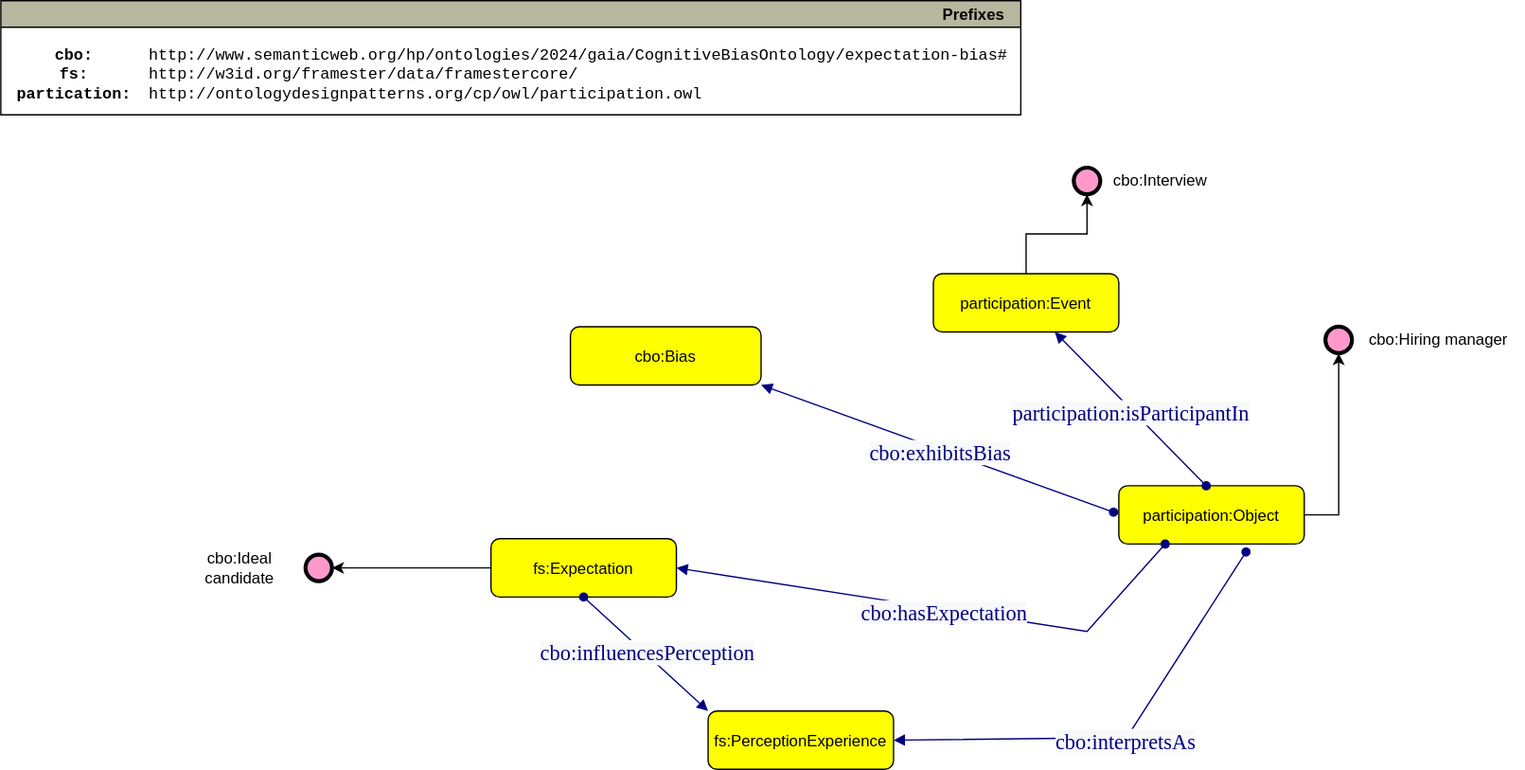
SleepingSteven/CognitiveBiasesOntology keeps this draw.io diagram as uml ontologies/uml expectation bias.svg. Above is the earlier version. Source tidied: cells renumbered, new cells last; positions are measured from the earlier drawing's top-left corner, leaving out a move shared by most shapes.
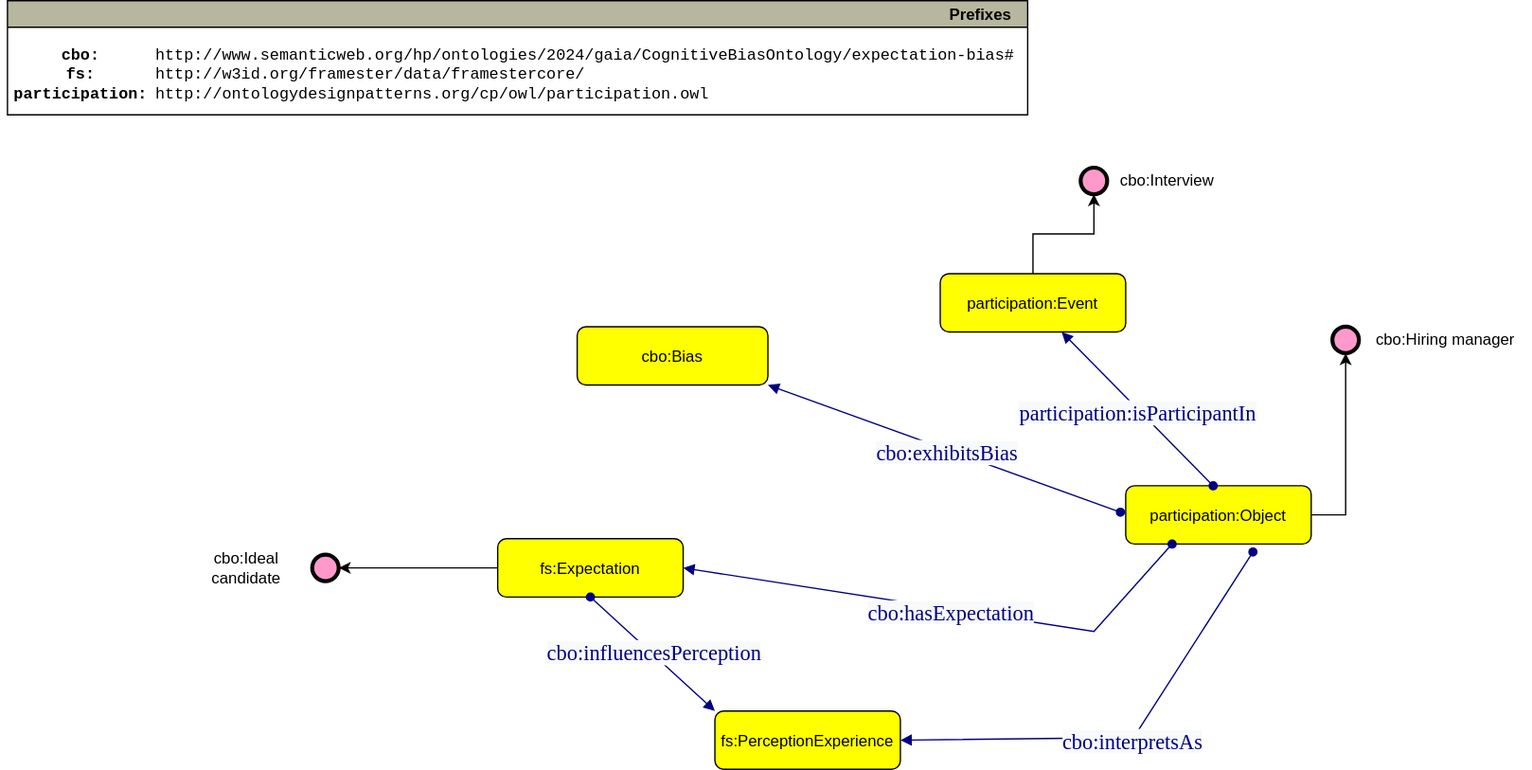
Above is the later version.

Commit message:
modifica uml expectation bias

Change to the diagram source:
```diff
@@ -74,8 +74,8 @@
     <mxCell id="20" value="Prefixes" style="graphMlID=n0;shape=swimlane;startSize=20;fillColor=#b7b69e;strokeColor=#000000;strokeWidth=1.0;align=right;spacingRight=10;fontStyle=1;" parent="1" vertex="1">
       <mxGeometry width="770" height="86.1" as="geometry" />
     </mxCell>
-    <mxCell id="21" value="&lt;b&gt;cbo:&lt;br&gt;fs:&lt;br&gt;partication:&lt;/b&gt;" style="text;html=1;align=center;verticalAlign=middle;fontFamily=Courier New;" parent="20" vertex="1">
-      <mxGeometry y="26.1" width="110" height="60" as="geometry" />
+    <mxCell id="21" value="&lt;b&gt;cbo:&lt;br&gt;fs:&lt;br&gt;participation:&lt;/b&gt;" style="text;html=1;align=center;verticalAlign=middle;fontFamily=Courier New;" parent="20" vertex="1">
+      <mxGeometry x="-5" y="26.1" width="120" height="60" as="geometry" />
     </mxCell>
     <mxCell id="22" value="http://www.semanticweb.org/hp/ontologies/2024/gaia/CognitiveBiasOntology/expectation-bias#&lt;br&gt;http://w3id.org/framester/data/framestercore/&lt;br&gt;http://ontologydesignpatterns.org/cp/owl/participation.owl" style="text;html=1;align=left;verticalAlign=middle;fontFamily=Courier New;" parent="20" vertex="1">
       <mxGeometry x="110" y="26" width="670" height="60" as="geometry" />
```
